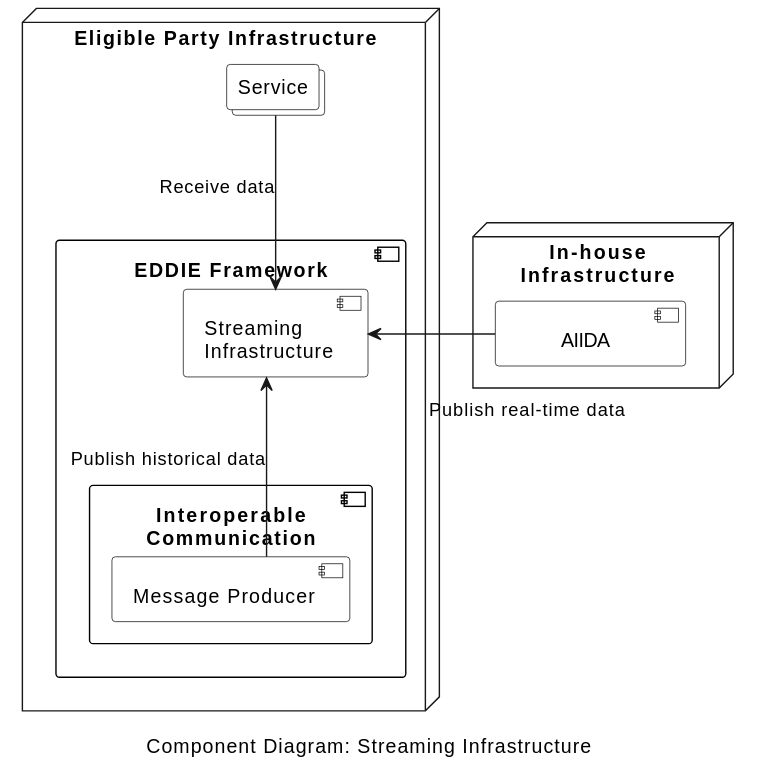
eddie-energy/architecture keeps this PlantUML diagram as arc42/05-building-block-view/components/components/streaming-infr/figures/component-diagram-streaming-infr.svg. Above is the earlier version.
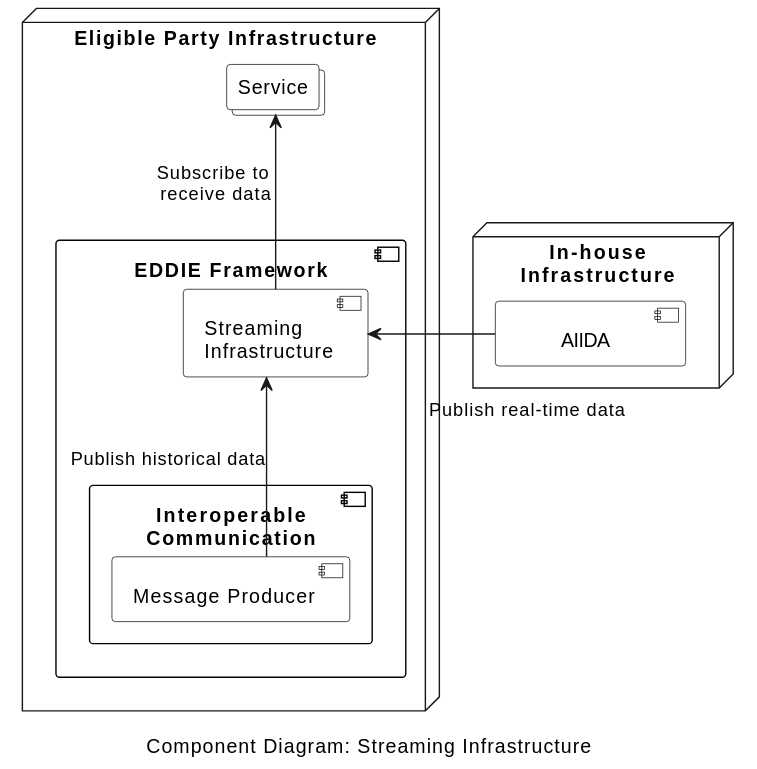
After the commit.

Commit message:
Update streaming infr. diagram

Diff of the diagram source:
```diff
@@ -21,7 +21,7 @@
   collections "Service" as service
 
   messageProducer --up-> streaming : Publish historical data
-  service --down-> streaming : Receive data
+  service <-down-- streaming : Subscribe to \nreceive data
 }
 
 node "In-house\nInfrastructure" {
```
